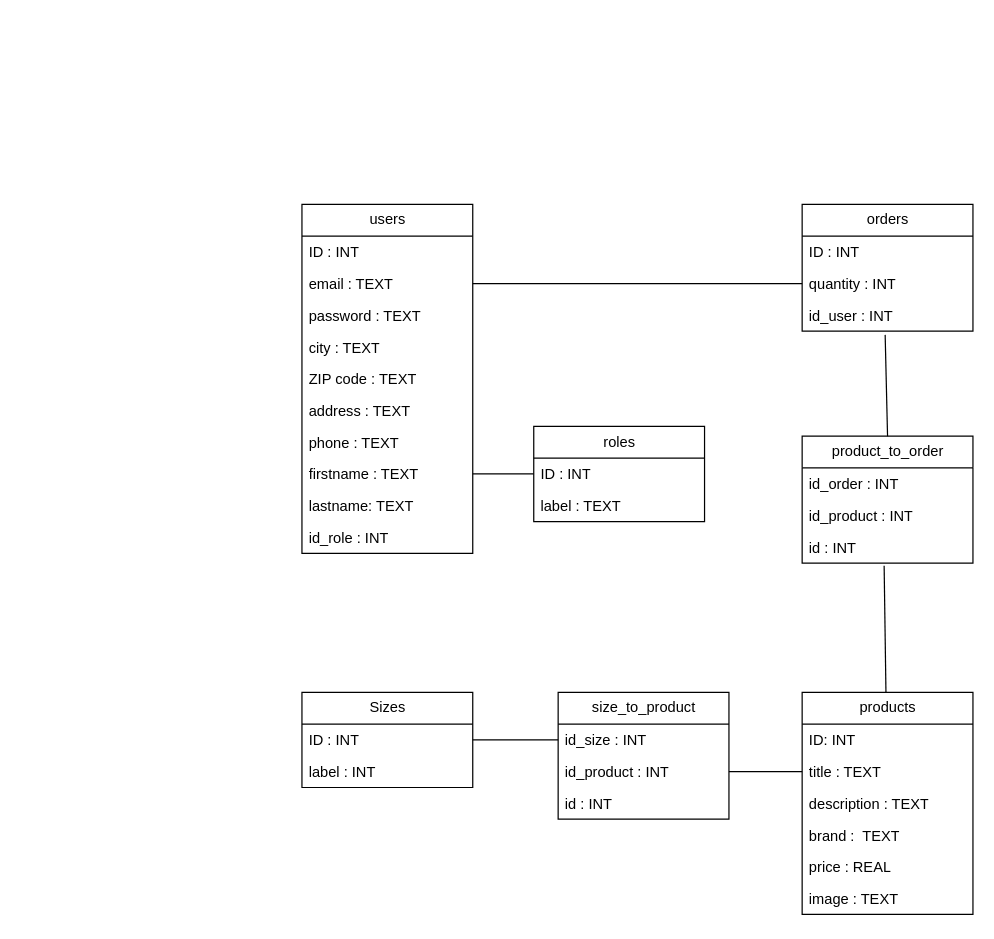
The draw.io diagram MLD/V1/MLD.drawio in GAUTIERSebastien/MySneaker_back, before the edit. Source tidied: cells renumbered, new cells numbered last; positions are measured from the earlier drawing's top-left corner, leaving out a move shared by most shapes. Both pictures are drawn from the tidied source at 122%, with x=0, y=0 at pixel (301, 204).
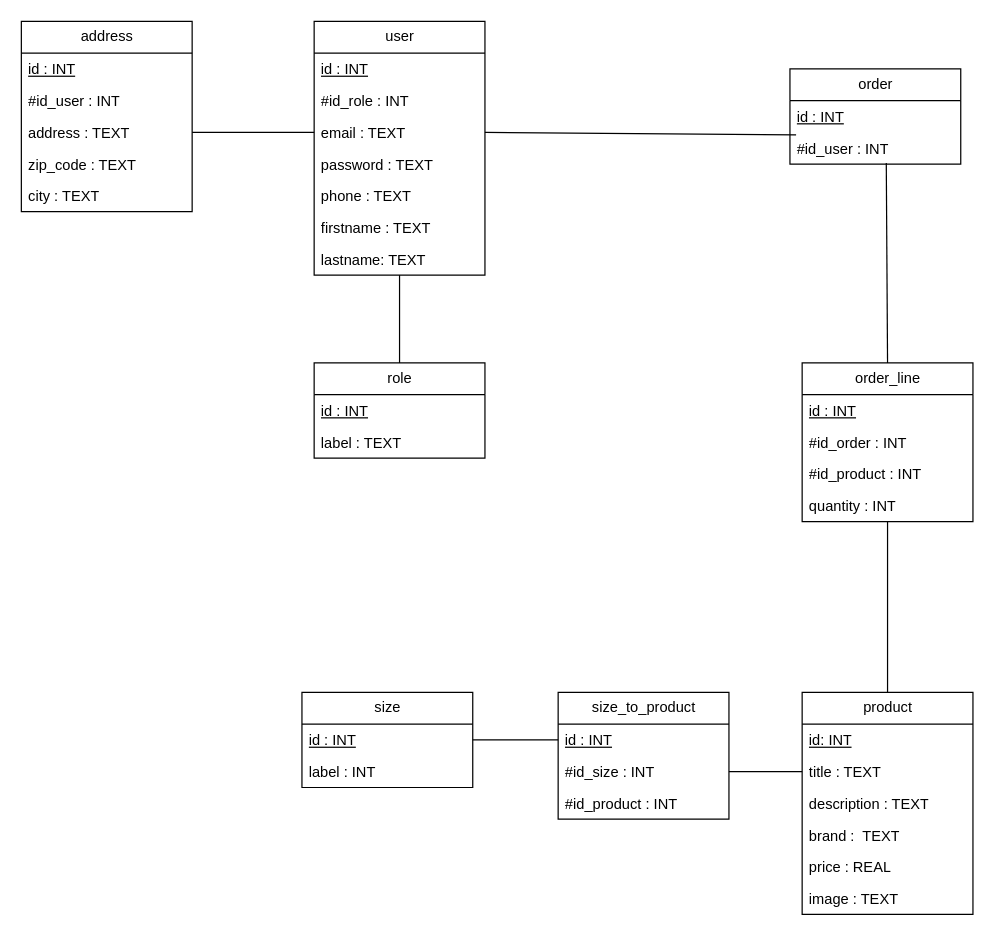
The same page after the edit.

The change refers to these unchanged cells:
```xml
<mxCell id="10" value="title : TEXT" style="text;strokeColor=none;fillColor=none;align=left;verticalAlign=top;spacingLeft=4;spacingRight=4;overflow=hidden;points=[[0,0.5],[1,0.5]];portConstraint=eastwest;whiteSpace=wrap;html=1;" parent="8" vertex="1">
  <mxGeometry y="52" width="140" height="26" as="geometry" />
</mxCell>
<mxCell id="30" value="size_to_product" style="swimlane;fontStyle=0;horizontal=1;startSize=26;fillColor=none;html=1;" parent="1" vertex="1">
  <mxGeometry x="210" y="400" width="140" height="104" as="geometry" />
</mxCell>
```

Diff of the diagram source:
```diff
@@
-    <mxCell id="2" value="roles" style="swimlane;fontStyle=0;horizontal=1;startSize=26;fillColor=none;html=1;" parent="1" vertex="1">
-      <mxGeometry x="190" y="182" width="140" height="78" as="geometry" />
+    <mxCell id="2" value="role" style="swimlane;fontStyle=0;horizontal=1;startSize=26;fillColor=none;html=1;" parent="1" vertex="1">
+      <mxGeometry x="10" y="130" width="140" height="78" as="geometry" />
     </mxCell>
-    <mxCell id="3" value="ID : INT" style="text;strokeColor=none;fillColor=none;align=left;verticalAlign=top;spacingLeft=4;spacingRight=4;overflow=hidden;points=[[0,0.5],[1,0.5]];portConstraint=eastwest;whiteSpace=wrap;html=1;" parent="2" vertex="1">
+    <mxCell id="3" value="&lt;u&gt;id : INT&lt;/u&gt;" style="text;strokeColor=none;fillColor=none;align=left;verticalAlign=top;spacingLeft=4;spacingRight=4;overflow=hidden;points=[[0,0.5],[1,0.5]];portConstraint=eastwest;whiteSpace=wrap;html=1;" parent="2" vertex="1">
       <mxGeometry y="26" width="140" height="26" as="geometry" />
     </mxCell>
@@
-    <mxCell id="5" value="Sizes" style="swimlane;fontStyle=0;horizontal=1;startSize=26;fillColor=none;html=1;" parent="1" vertex="1">
+    <mxCell id="5" value="size" style="swimlane;fontStyle=0;horizontal=1;startSize=26;fillColor=none;html=1;" parent="1" vertex="1">
       <mxGeometry y="400" width="140" height="78" as="geometry" />
     </mxCell>
-    <mxCell id="6" value="ID : INT" style="text;strokeColor=none;fillColor=none;align=left;verticalAlign=top;spacingLeft=4;spacingRight=4;overflow=hidden;points=[[0,0.5],[1,0.5]];portConstraint=eastwest;whiteSpace=wrap;html=1;" parent="5" vertex="1">
+    <mxCell id="6" value="&lt;u&gt;id : INT&lt;/u&gt;" style="text;strokeColor=none;fillColor=none;align=left;verticalAlign=top;spacingLeft=4;spacingRight=4;overflow=hidden;points=[[0,0.5],[1,0.5]];portConstraint=eastwest;whiteSpace=wrap;html=1;" parent="5" vertex="1">
       <mxGeometry y="26" width="140" height="26" as="geometry" />
     </mxCell>
@@
-    <mxCell id="8" value="products" style="swimlane;fontStyle=0;horizontal=1;startSize=26;fillColor=none;html=1;" parent="1" vertex="1">
+    <mxCell id="8" value="product" style="swimlane;fontStyle=0;horizontal=1;startSize=26;fillColor=none;html=1;" parent="1" vertex="1">
       <mxGeometry x="410" y="400" width="140" height="182" as="geometry" />
     </mxCell>
-    <mxCell id="9" value="ID: INT" style="text;strokeColor=none;fillColor=none;align=left;verticalAlign=top;spacingLeft=4;spacingRight=4;overflow=hidden;whiteSpace=wrap;html=1;" parent="8" vertex="1">
+    <mxCell id="9" value="&lt;u&gt;id: INT&lt;/u&gt;" style="text;strokeColor=none;fillColor=none;align=left;verticalAlign=top;spacingLeft=4;spacingRight=4;overflow=hidden;whiteSpace=wrap;html=1;" parent="8" vertex="1">
       <mxGeometry y="26" width="140" height="26" as="geometry" />
     </mxCell>
@@
-    <mxCell id="15" value="users" style="swimlane;fontStyle=0;horizontal=1;startSize=26;fillColor=none;html=1;" parent="1" vertex="1">
-      <mxGeometry width="140" height="286" as="geometry" />
+    <mxCell id="15" value="user" style="swimlane;fontStyle=0;horizontal=1;startSize=26;fillColor=none;html=1;" parent="1" vertex="1">
+      <mxGeometry x="10" y="-150" width="140" height="208" as="geometry" />
     </mxCell>
-    <mxCell id="16" value="ID : INT" style="text;strokeColor=none;fillColor=none;align=left;verticalAlign=top;spacingLeft=4;spacingRight=4;overflow=hidden;whiteSpace=wrap;html=1;" parent="15" vertex="1">
+    <mxCell id="16" value="&lt;u&gt;id : INT&lt;/u&gt;" style="text;strokeColor=none;fillColor=none;align=left;verticalAlign=top;spacingLeft=4;spacingRight=4;overflow=hidden;whiteSpace=wrap;html=1;" parent="15" vertex="1">
       <mxGeometry y="26" width="140" height="26" as="geometry" />
     </mxCell>
+    <mxCell id="25" value="#id_role : INT" style="text;strokeColor=none;fillColor=none;align=left;verticalAlign=top;spacingLeft=4;spacingRight=4;overflow=hidden;whiteSpace=wrap;html=1;" parent="15" vertex="1">
+      <mxGeometry y="52" width="140" height="26" as="geometry" />
+    </mxCell>
     <mxCell id="17" value="email : TEXT" style="text;strokeColor=none;fillColor=none;align=left;verticalAlign=top;spacingLeft=4;spacingRight=4;overflow=hidden;points=[[0,0.5],[1,0.5]];portConstraint=eastwest;whiteSpace=wrap;html=1;" parent="15" vertex="1">
-      <mxGeometry y="52" width="140" height="26" as="geometry" />
+      <mxGeometry y="78" width="140" height="26" as="geometry" />
     </mxCell>
     <mxCell id="18" value="password : TEXT" style="text;strokeColor=none;fillColor=none;align=left;verticalAlign=top;spacingLeft=4;spacingRight=4;overflow=hidden;whiteSpace=wrap;html=1;" parent="15" vertex="1">
-      <mxGeometry y="78" width="140" height="26" as="geometry" />
+      <mxGeometry y="104" width="140" height="26" as="geometry" />
     </mxCell>
-    <mxCell id="19" value="city : TEXT" style="text;strokeColor=none;fillColor=none;align=left;verticalAlign=top;spacingLeft=4;spacingRight=4;overflow=hidden;whiteSpace=wrap;html=1;" parent="15" vertex="1">
-      <mxGeometry y="104" width="140" height="26" as="geometry" />
-    </mxCell>
-    <mxCell id="20" value="ZIP code : TEXT" style="text;strokeColor=none;fillColor=none;align=left;verticalAlign=top;spacingLeft=4;spacingRight=4;overflow=hidden;whiteSpace=wrap;html=1;" parent="15" vertex="1">
-      <mxGeometry y="130" width="140" height="26" as="geometry" />
-    </mxCell>
-    <mxCell id="21" value="address : TEXT" style="text;strokeColor=none;fillColor=none;align=left;verticalAlign=top;spacingLeft=4;spacingRight=4;overflow=hidden;points=[[0,0.5],[1,0.5]];portConstraint=eastwest;whiteSpace=wrap;html=1;" parent="15" vertex="1">
-      <mxGeometry y="156" width="140" height="26" as="geometry" />
-    </mxCell>
     <mxCell id="22" value="phone : TEXT" style="text;strokeColor=none;fillColor=none;align=left;verticalAlign=top;spacingLeft=4;spacingRight=4;overflow=hidden;whiteSpace=wrap;html=1;" parent="15" vertex="1">
-      <mxGeometry y="182" width="140" height="26" as="geometry" />
+      <mxGeometry y="130" width="140" height="26" as="geometry" />
     </mxCell>
     <mxCell id="23" value="firstname : TEXT" style="text;strokeColor=none;fillColor=none;align=left;verticalAlign=top;spacingLeft=4;spacingRight=4;overflow=hidden;points=[[0,0.5],[1,0.5]];portConstraint=eastwest;whiteSpace=wrap;html=1;" parent="15" vertex="1">
-      <mxGeometry y="208" width="140" height="26" as="geometry" />
+      <mxGeometry y="156" width="140" height="26" as="geometry" />
     </mxCell>
     <mxCell id="24" value="lastname: TEXT" style="text;strokeColor=none;fillColor=none;align=left;verticalAlign=top;spacingLeft=4;spacingRight=4;overflow=hidden;points=[[0,0.5],[1,0.5]];portConstraint=eastwest;whiteSpace=wrap;html=1;" parent="15" vertex="1">
-      <mxGeometry y="234" width="140" height="26" as="geometry" />
+      <mxGeometry y="182" width="140" height="26" as="geometry" />
     </mxCell>
-    <mxCell id="25" value="id_role : INT" style="text;strokeColor=none;fillColor=none;align=left;verticalAlign=top;spacingLeft=4;spacingRight=4;overflow=hidden;whiteSpace=wrap;html=1;" parent="15" vertex="1">
-      <mxGeometry y="260" width="140" height="26" as="geometry" />
-    </mxCell>
-    <mxCell id="26" value="orders" style="swimlane;fontStyle=0;horizontal=1;startSize=26;fillColor=none;html=1;" parent="1" vertex="1">
-      <mxGeometry x="410" width="140" height="104" as="geometry" />
+    <mxCell id="26" value="order" style="swimlane;fontStyle=0;horizontal=1;startSize=26;fillColor=none;html=1;" parent="1" vertex="1">
+      <mxGeometry x="400" y="-111" width="140" height="78" as="geometry" />
     </mxCell>
-    <mxCell id="27" value="ID : INT" style="text;strokeColor=none;fillColor=none;align=left;verticalAlign=top;spacingLeft=4;spacingRight=4;overflow=hidden;whiteSpace=wrap;html=1;" parent="26" vertex="1">
+    <mxCell id="27" value="&lt;u&gt;id : INT&lt;/u&gt;" style="text;strokeColor=none;fillColor=none;align=left;verticalAlign=top;spacingLeft=4;spacingRight=4;overflow=hidden;whiteSpace=wrap;html=1;" parent="26" vertex="1">
       <mxGeometry y="26" width="140" height="26" as="geometry" />
     </mxCell>
-    <mxCell id="28" value="quantity : INT" style="text;strokeColor=none;fillColor=none;align=left;verticalAlign=top;spacingLeft=4;spacingRight=4;overflow=hidden;points=[[0,0.5],[1,0.5]];portConstraint=eastwest;whiteSpace=wrap;html=1;" parent="26" vertex="1">
-      <mxGeometry y="52" width="140" height="26" as="geometry" />
-    </mxCell>
-    <mxCell id="29" value="id_user : INT" style="text;strokeColor=none;fillColor=none;align=left;verticalAlign=top;spacingLeft=4;spacingRight=4;overflow=hidden;points=[[0,0.5],[1,0.5]];portConstraint=eastwest;whiteSpace=wrap;html=1;" parent="26" vertex="1">
-      <mxGeometry y="78" width="140" height="26" as="geometry" />
+    <mxCell id="29" value="#id_user : INT" style="text;strokeColor=none;fillColor=none;align=left;verticalAlign=top;spacingLeft=4;spacingRight=4;overflow=hidden;points=[[0,0.5],[1,0.5]];portConstraint=eastwest;whiteSpace=wrap;html=1;" parent="26" vertex="1">
+      <mxGeometry y="52" width="140" height="26" as="geometry" />
     </mxCell>
@@
+    <mxCell id="33" value="&lt;u&gt;id : INT&lt;/u&gt;" style="text;strokeColor=none;fillColor=none;align=left;verticalAlign=top;spacingLeft=4;spacingRight=4;overflow=hidden;points=[[0,0.5],[1,0.5]];portConstraint=eastwest;whiteSpace=wrap;html=1;" parent="30" vertex="1">
+      <mxGeometry y="26" width="140" height="26" as="geometry" />
+    </mxCell>
-    <mxCell id="31" value="id_size : INT" style="text;strokeColor=none;fillColor=none;align=left;verticalAlign=top;spacingLeft=4;spacingRight=4;overflow=hidden;points=[[0,0.5],[1,0.5]];portConstraint=eastwest;whiteSpace=wrap;html=1;" parent="30" vertex="1">
-      <mxGeometry y="26" width="140" height="26" as="geometry" />
+    <mxCell id="31" value="#id_size : INT" style="text;strokeColor=none;fillColor=none;align=left;verticalAlign=top;spacingLeft=4;spacingRight=4;overflow=hidden;points=[[0,0.5],[1,0.5]];portConstraint=eastwest;whiteSpace=wrap;html=1;" parent="30" vertex="1">
+      <mxGeometry y="52" width="140" height="26" as="geometry" />
     </mxCell>
-    <mxCell id="32" value="id_product : INT" style="text;strokeColor=none;fillColor=none;align=left;verticalAlign=top;spacingLeft=4;spacingRight=4;overflow=hidden;points=[[0,0.5],[1,0.5]];portConstraint=eastwest;whiteSpace=wrap;html=1;" parent="30" vertex="1">
-      <mxGeometry y="52" width="140" height="26" as="geometry" />
+    <mxCell id="32" value="#id_product : INT" style="text;strokeColor=none;fillColor=none;align=left;verticalAlign=top;spacingLeft=4;spacingRight=4;overflow=hidden;points=[[0,0.5],[1,0.5]];portConstraint=eastwest;whiteSpace=wrap;html=1;" parent="30" vertex="1">
+      <mxGeometry y="78" width="140" height="26" as="geometry" />
     </mxCell>
-    <mxCell id="33" value="id : INT" style="text;strokeColor=none;fillColor=none;align=left;verticalAlign=top;spacingLeft=4;spacingRight=4;overflow=hidden;points=[[0,0.5],[1,0.5]];portConstraint=eastwest;whiteSpace=wrap;html=1;" parent="30" vertex="1">
-      <mxGeometry y="78" width="140" height="26" as="geometry" />
-    </mxCell>
-    <mxCell id="34" value="product_to_order" style="swimlane;fontStyle=0;horizontal=1;startSize=26;fillColor=none;html=1;" parent="1" vertex="1">
-      <mxGeometry x="410" y="190" width="140" height="104" as="geometry" />
+    <mxCell id="34" value="order_line" style="swimlane;fontStyle=0;horizontal=1;startSize=26;fillColor=none;html=1;" parent="1" vertex="1">
+      <mxGeometry x="410" y="130" width="140" height="130" as="geometry" />
     </mxCell>
+    <mxCell id="37" value="&lt;u&gt;id : INT&lt;/u&gt;" style="text;strokeColor=none;fillColor=none;align=left;verticalAlign=top;spacingLeft=4;spacingRight=4;overflow=hidden;points=[[0,0.5],[1,0.5]];portConstraint=eastwest;whiteSpace=wrap;html=1;" parent="34" vertex="1">
+      <mxGeometry y="26" width="140" height="26" as="geometry" />
+    </mxCell>
-    <mxCell id="35" value="id_order : INT&amp;nbsp;" style="text;strokeColor=none;fillColor=none;align=left;verticalAlign=top;spacingLeft=4;spacingRight=4;overflow=hidden;whiteSpace=wrap;html=1;" parent="34" vertex="1">
-      <mxGeometry y="26" width="140" height="26" as="geometry" />
+    <mxCell id="35" value="#id_order : INT&amp;nbsp;" style="text;strokeColor=none;fillColor=none;align=left;verticalAlign=top;spacingLeft=4;spacingRight=4;overflow=hidden;whiteSpace=wrap;html=1;" parent="34" vertex="1">
+      <mxGeometry y="52" width="140" height="26" as="geometry" />
     </mxCell>
-    <mxCell id="36" value="id_product : INT" style="text;strokeColor=none;fillColor=none;align=left;verticalAlign=top;spacingLeft=4;spacingRight=4;overflow=hidden;whiteSpace=wrap;html=1;" parent="34" vertex="1">
-      <mxGeometry y="52" width="140" height="26" as="geometry" />
+    <mxCell id="36" value="#id_product : INT" style="text;strokeColor=none;fillColor=none;align=left;verticalAlign=top;spacingLeft=4;spacingRight=4;overflow=hidden;whiteSpace=wrap;html=1;" parent="34" vertex="1">
+      <mxGeometry y="78" width="140" height="26" as="geometry" />
     </mxCell>
-    <mxCell id="37" value="id : INT" style="text;strokeColor=none;fillColor=none;align=left;verticalAlign=top;spacingLeft=4;spacingRight=4;overflow=hidden;points=[[0,0.5],[1,0.5]];portConstraint=eastwest;whiteSpace=wrap;html=1;" parent="34" vertex="1">
-      <mxGeometry y="78" width="140" height="26" as="geometry" />
-    </mxCell>
+    <mxCell id="28" value="quantity : INT" style="text;strokeColor=none;fillColor=none;align=left;verticalAlign=top;spacingLeft=4;spacingRight=4;overflow=hidden;points=[[0,0.5],[1,0.5]];portConstraint=eastwest;whiteSpace=wrap;html=1;" parent="34" vertex="1">
+      <mxGeometry y="104" width="140" height="26" as="geometry" />
+    </mxCell>
-    <mxCell id="38" style="endArrow=none;html=1;entryX=0.48;entryY=1.083;entryDx=0;entryDy=0;entryPerimeter=0;" parent="1" edge="1" source="8" target="37">
-      <mxGeometry relative="1" as="geometry" />
+    <mxCell id="38" style="endArrow=none;html=1;" parent="1" edge="1" source="8">
+      <mxGeometry relative="1" as="geometry">
+        <mxPoint x="480" y="260" as="targetPoint" />
+      </mxGeometry>
     </mxCell>
-    <mxCell id="39" style="endArrow=none;html=1;entryX=0;entryY=0.5;entryDx=0;entryDy=0;exitX=1;exitY=0.5;exitDx=0;exitDy=0;" parent="1" edge="1" source="32" target="10">
+    <mxCell id="39" style="endArrow=none;html=1;entryX=0;entryY=0.5;entryDx=0;entryDy=0;exitX=1;exitY=0.5;exitDx=0;exitDy=0;" parent="1" edge="1" source="31" target="10">
       <mxGeometry relative="1" as="geometry" />
     </mxCell>
-    <mxCell id="40" style="endArrow=none;html=1;entryX=0;entryY=0.5;entryDx=0;entryDy=0;exitX=1;exitY=0.5;exitDx=0;exitDy=0;" parent="1" edge="1" source="6" target="31">
+    <mxCell id="40" style="endArrow=none;html=1;entryX=0;entryY=0.5;entryDx=0;entryDy=0;exitX=1;exitY=0.5;exitDx=0;exitDy=0;" parent="1" edge="1" source="6" target="33">
       <mxGeometry relative="1" as="geometry" />
     </mxCell>
-    <mxCell id="41" style="endArrow=none;html=1;entryX=0.486;entryY=1.115;entryDx=0;entryDy=0;entryPerimeter=0;exitX=0.5;exitY=0;exitDx=0;exitDy=0;" parent="1" edge="1" source="34" target="29">
+    <mxCell id="41" style="endArrow=none;html=1;exitX=0.5;exitY=0;exitDx=0;exitDy=0;entryX=0.564;entryY=0.962;entryDx=0;entryDy=0;entryPerimeter=0;" parent="1" edge="1" source="34" target="29">
       <mxGeometry relative="1" as="geometry" />
     </mxCell>
-    <mxCell id="42" style="endArrow=none;html=1;entryX=0;entryY=0.5;entryDx=0;entryDy=0;exitX=1;exitY=0.5;exitDx=0;exitDy=0;" parent="1" edge="1" source="17" target="28">
+    <mxCell id="42" style="endArrow=none;html=1;exitX=1;exitY=0.5;exitDx=0;exitDy=0;entryX=0.036;entryY=0.077;entryDx=0;entryDy=0;entryPerimeter=0;" parent="1" edge="1" source="17" target="29">
       <mxGeometry relative="1" as="geometry" />
     </mxCell>
-    <mxCell id="43" style="endArrow=none;html=1;entryX=0;entryY=0.5;entryDx=0;entryDy=0;exitX=1;exitY=0.5;exitDx=0;exitDy=0;" parent="1" edge="1" source="23" target="3">
+    <mxCell id="43" style="endArrow=none;html=1;entryX=0.5;entryY=0;entryDx=0;entryDy=0;" parent="1" edge="1" source="24" target="2">
       <mxGeometry relative="1" as="geometry" />
     </mxCell>
+    <mxCell id="44" value="address" style="swimlane;fontStyle=0;horizontal=1;startSize=26;fillColor=none;html=1;" parent="1" vertex="1">
+      <mxGeometry x="-230" y="-150" width="140" height="156" as="geometry" />
+    </mxCell>
+    <mxCell id="45" value="&lt;u&gt;id : INT&lt;/u&gt;" style="text;strokeColor=none;fillColor=none;align=left;verticalAlign=top;spacingLeft=4;spacingRight=4;overflow=hidden;whiteSpace=wrap;html=1;" parent="44" vertex="1">
+      <mxGeometry y="26" width="140" height="26" as="geometry" />
+    </mxCell>
+    <mxCell id="46" value="#id_user : INT" style="text;strokeColor=none;fillColor=none;align=left;verticalAlign=top;spacingLeft=4;spacingRight=4;overflow=hidden;whiteSpace=wrap;html=1;" parent="44" vertex="1">
+      <mxGeometry y="52" width="140" height="26" as="geometry" />
+    </mxCell>
+    <mxCell id="21" value="address : TEXT" style="text;strokeColor=none;fillColor=none;align=left;verticalAlign=top;spacingLeft=4;spacingRight=4;overflow=hidden;points=[[0,0.5],[1,0.5]];portConstraint=eastwest;whiteSpace=wrap;html=1;" parent="44" vertex="1">
+      <mxGeometry y="78" width="140" height="26" as="geometry" />
+    </mxCell>
+    <mxCell id="20" value="zip_code : TEXT" style="text;strokeColor=none;fillColor=none;align=left;verticalAlign=top;spacingLeft=4;spacingRight=4;overflow=hidden;whiteSpace=wrap;html=1;" parent="44" vertex="1">
+      <mxGeometry y="104" width="140" height="26" as="geometry" />
+    </mxCell>
+    <mxCell id="19" value="city : TEXT" style="text;strokeColor=none;fillColor=none;align=left;verticalAlign=top;spacingLeft=4;spacingRight=4;overflow=hidden;whiteSpace=wrap;html=1;" parent="44" vertex="1">
+      <mxGeometry y="130" width="140" height="26" as="geometry" />
+    </mxCell>
+    <mxCell id="47" style="endArrow=none;html=1;entryX=0;entryY=0.5;entryDx=0;entryDy=0;exitX=1;exitY=0.5;exitDx=0;exitDy=0;" parent="1" edge="1" source="21" target="17">
+      <mxGeometry relative="1" as="geometry" />
+    </mxCell>
```
